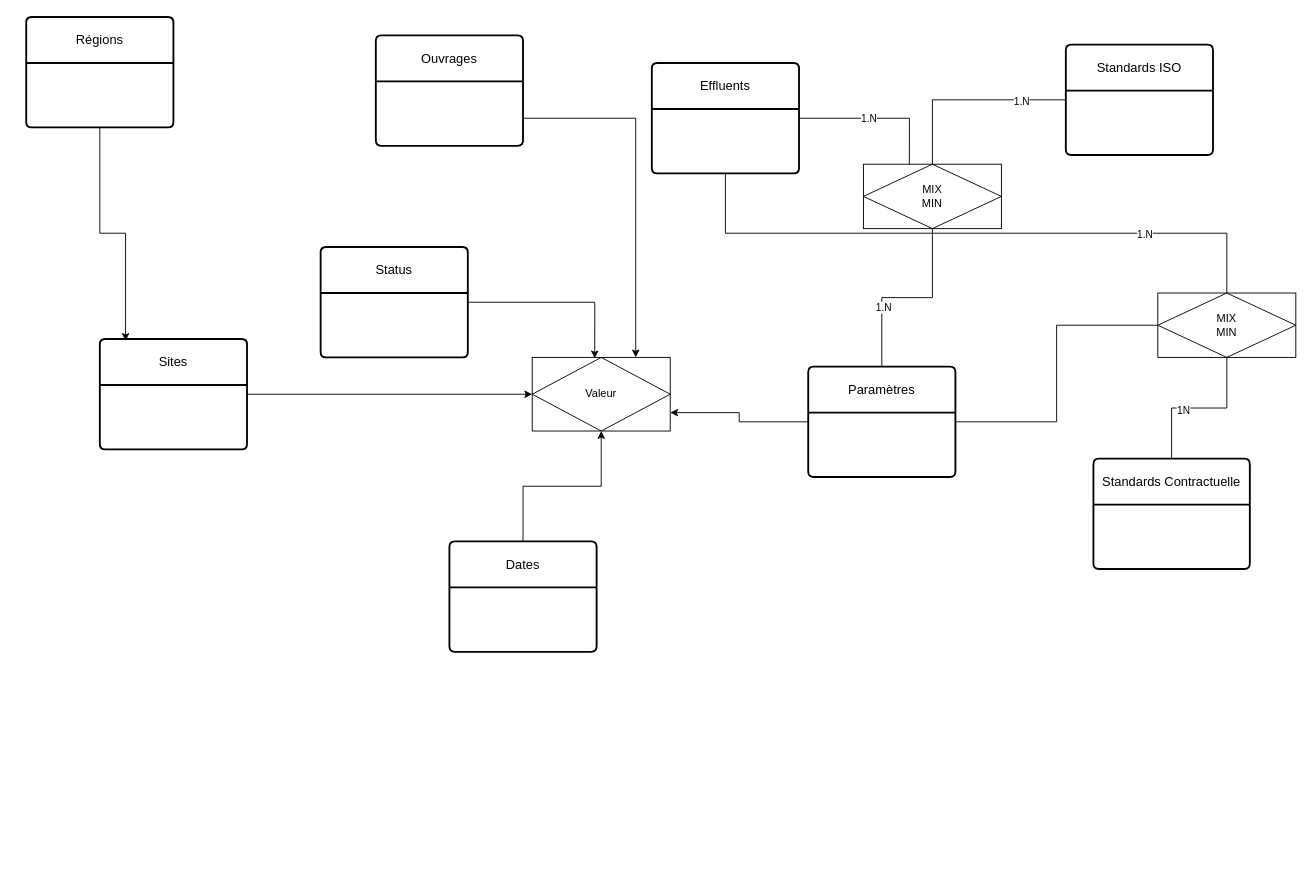
The draw.io diagram Diagramme sans nom.drawio in saddambelabed/Conception, before the edit. Source tidied: cells renumbered, new cells numbered last; positions are measured from the earlier drawing's top-left corner, leaving out a move shared by most shapes. Both pictures are drawn from the tidied source at 92%, with x=0, y=0 at pixel (26, 17).
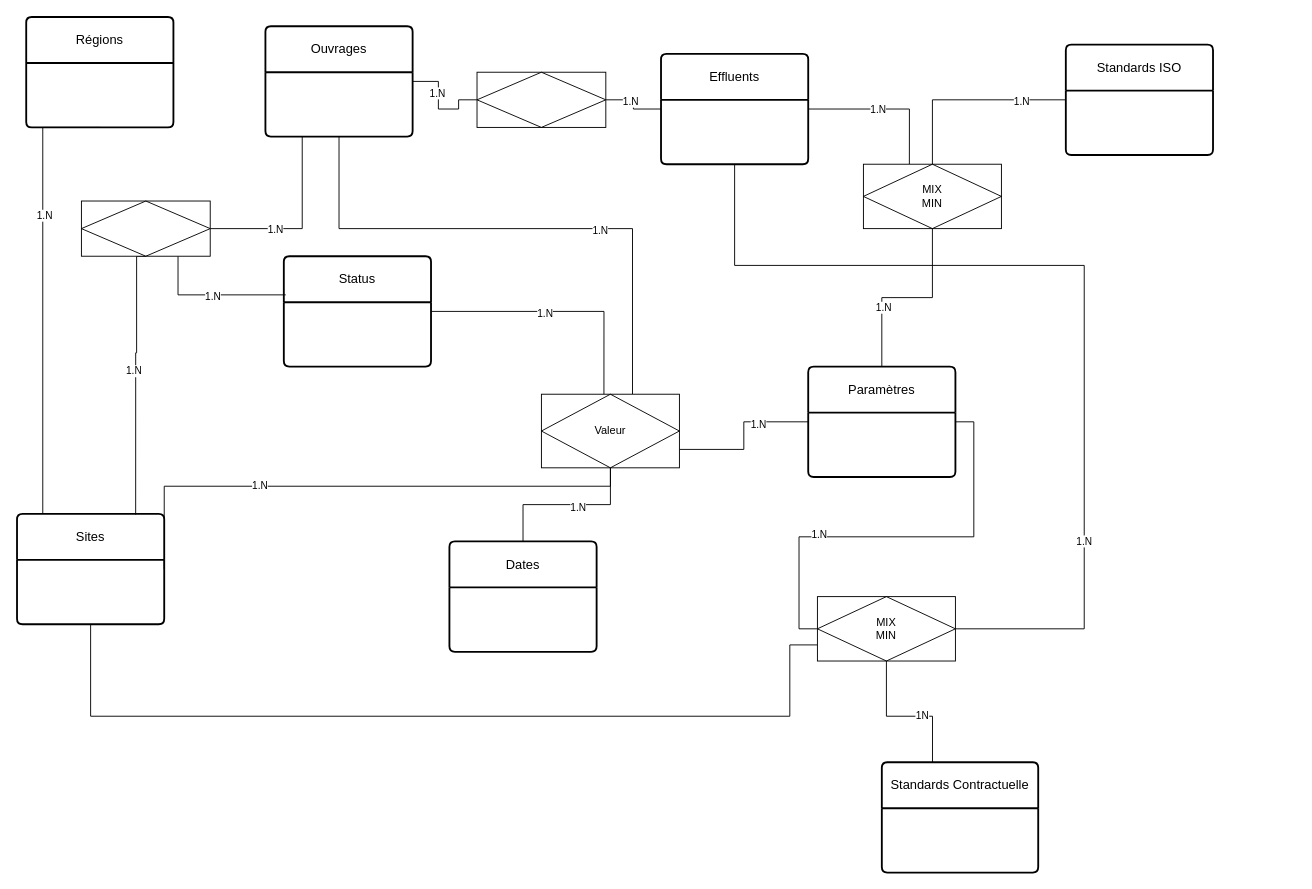
The same diagram, later.

Commit message:
Mettre à jour Diagramme sans nom.drawio

Unchanged cells that the change refers to:
```xml
<mxCell id="5" value="Régions" style="swimlane;horizontal=1;startSize=50;rounded=1;fontSize=14;fontStyle=0;strokeWidth=2;shadow=0;dashed=0;align=center;arcSize=4;whiteSpace=wrap;html=1;" parent="1" vertex="1">
  <mxGeometry width="160" height="120" as="geometry" />
</mxCell>
<mxCell id="14" value="Dates" style="swimlane;horizontal=1;startSize=50;rounded=1;fontSize=14;fontStyle=0;strokeWidth=2;shadow=0;dashed=0;align=center;arcSize=4;whiteSpace=wrap;html=1;" parent="1" vertex="1">
  <mxGeometry x="460" y="570" width="160" height="120" as="geometry" />
</mxCell>
<mxCell id="19" style="edgeStyle=orthogonalEdgeStyle;rounded=0;jettySize=auto;html=1;exitX=1;exitY=0.5;exitDx=0;exitDy=0;entryX=0;entryY=0.5;entryDx=0;entryDy=0;strokeColor=default;endArrow=none;endFill=0;" parent="1" edge="1" source="21" target="29">
  <mxGeometry relative="1" as="geometry" />
</mxCell>
<mxCell id="21" value="Paramètres" style="swimlane;horizontal=1;startSize=50;rounded=1;fontSize=14;fontStyle=0;strokeWidth=2;shadow=0;dashed=0;align=center;arcSize=4;whiteSpace=wrap;html=1;" parent="1" vertex="1">
  <mxGeometry x="850" y="380" width="160" height="120" as="geometry" />
</mxCell>
```

The edit, as a diff of the source:
```diff
@@
-    <mxCell id="2" style="edgeStyle=orthogonalEdgeStyle;rounded=0;jettySize=auto;html=1;exitX=1;exitY=0.75;exitDx=0;exitDy=0;entryX=0.75;entryY=0;entryDx=0;entryDy=0;" parent="1" edge="1" source="3" target="30">
-      <mxGeometry relative="1" as="geometry" />
+    <mxCell id="2" style="edgeStyle=orthogonalEdgeStyle;rounded=0;jettySize=auto;html=1;exitX=0.5;exitY=1;exitDx=0;exitDy=0;entryX=0.66;entryY=0;entryDx=0;entryDy=0;entryPerimeter=0;endArrow=none;endFill=0;" parent="1" edge="1" source="3" target="30">
+      <mxGeometry relative="1" as="geometry">
+        <Array as="points">
+          <mxPoint x="340" y="230" />
+          <mxPoint x="659" y="230" />
+        </Array>
+      </mxGeometry>
     </mxCell>
+    <mxCell id="31" value="1.N" style="edgeLabel;html=1;align=center;verticalAlign=middle;" parent="2" vertex="1">
+      <mxGeometry x="0.28" y="-1" relative="1" as="geometry" />
+    </mxCell>
+    <mxCell id="32" style="edgeStyle=orthogonalEdgeStyle;rounded=0;jettySize=auto;html=1;entryX=0;entryY=0.5;entryDx=0;entryDy=0;endArrow=none;endFill=0;" parent="1" edge="1" source="3" target="43">
+      <mxGeometry relative="1" as="geometry">
+        <Array as="points">
+          <mxPoint x="448" y="70" />
+          <mxPoint x="448" y="100" />
+          <mxPoint x="470" y="100" />
+        </Array>
+      </mxGeometry>
+    </mxCell>
+    <mxCell id="33" value="1.N" style="edgeLabel;html=1;align=center;verticalAlign=middle;" parent="32" vertex="1">
+      <mxGeometry x="-0.27" y="-2" relative="1" as="geometry" />
+    </mxCell>
     <mxCell id="3" value="Ouvrages" style="swimlane;horizontal=1;startSize=50;rounded=1;fontSize=14;fontStyle=0;strokeWidth=2;shadow=0;dashed=0;align=center;arcSize=4;whiteSpace=wrap;html=1;" parent="1" vertex="1">
-      <mxGeometry x="380" y="20" width="160" height="120" as="geometry" />
+      <mxGeometry x="260" y="10" width="160" height="120" as="geometry" />
     </mxCell>
-    <mxCell id="4" style="edgeStyle=orthogonalEdgeStyle;rounded=0;jettySize=auto;html=1;exitX=0.5;exitY=1;exitDx=0;exitDy=0;entryX=0.175;entryY=0.017;entryDx=0;entryDy=0;entryPerimeter=0;" parent="1" edge="1" source="5" target="16">
-      <mxGeometry relative="1" as="geometry" />
+    <mxCell id="4" style="edgeStyle=orthogonalEdgeStyle;rounded=0;jettySize=auto;html=1;exitX=0.5;exitY=1;exitDx=0;exitDy=0;entryX=0.175;entryY=0.017;entryDx=0;entryDy=0;entryPerimeter=0;endArrow=none;endFill=0;" parent="1" edge="1" source="5" target="16">
+      <mxGeometry relative="1" as="geometry">
+        <Array as="points">
+          <mxPoint x="18" y="120" />
+        </Array>
+      </mxGeometry>
     </mxCell>
+    <mxCell id="34" value="1.N" style="edgeLabel;html=1;align=center;verticalAlign=middle;" parent="4" vertex="1">
+      <mxGeometry x="-0.35" y="1" relative="1" as="geometry" />
+    </mxCell>
@@
     <mxCell id="8" style="edgeStyle=orthogonalEdgeStyle;rounded=0;jettySize=auto;html=1;exitX=0.5;exitY=1;exitDx=0;exitDy=0;strokeColor=default;endArrow=none;endFill=0;" parent="1" edge="1" source="10" target="29">
-      <mxGeometry relative="1" as="geometry" />
+      <mxGeometry relative="1" as="geometry">
+        <Array as="points">
+          <mxPoint x="770" y="270" />
+          <mxPoint x="1150" y="270" />
+          <mxPoint x="1150" y="665" />
+        </Array>
+      </mxGeometry>
     </mxCell>
@@
+    <mxCell id="35" style="edgeStyle=orthogonalEdgeStyle;rounded=0;jettySize=auto;html=1;entryX=1;entryY=0.5;entryDx=0;entryDy=0;endArrow=none;endFill=0;" parent="1" edge="1" source="10" target="43">
+      <mxGeometry relative="1" as="geometry" />
+    </mxCell>
+    <mxCell id="36" value="1.N" style="edgeLabel;html=1;align=center;verticalAlign=middle;" parent="35" vertex="1">
+      <mxGeometry x="0.25" y="1" relative="1" as="geometry" />
+    </mxCell>
     <mxCell id="10" value="Effluents" style="swimlane;horizontal=1;startSize=50;rounded=1;fontSize=14;fontStyle=0;strokeWidth=2;shadow=0;dashed=0;align=center;arcSize=4;whiteSpace=wrap;html=1;" parent="1" vertex="1">
-      <mxGeometry x="680" y="50" width="160" height="120" as="geometry" />
+      <mxGeometry x="690" y="40" width="160" height="120" as="geometry" />
     </mxCell>
-    <mxCell id="11" style="edgeStyle=orthogonalEdgeStyle;rounded=0;jettySize=auto;html=1;exitX=1;exitY=0.5;exitDx=0;exitDy=0;entryX=0.453;entryY=0.013;entryDx=0;entryDy=0;entryPerimeter=0;" parent="1" edge="1" source="12" target="30">
+    <mxCell id="11" style="edgeStyle=orthogonalEdgeStyle;rounded=0;jettySize=auto;html=1;exitX=1;exitY=0.5;exitDx=0;exitDy=0;entryX=0.453;entryY=0.013;entryDx=0;entryDy=0;entryPerimeter=0;endArrow=none;endFill=0;" parent="1" edge="1" source="12" target="30">
       <mxGeometry relative="1" as="geometry" />
     </mxCell>
+    <mxCell id="37" value="1.N" style="edgeLabel;html=1;align=center;verticalAlign=middle;" parent="11" vertex="1">
+      <mxGeometry x="-0.12" y="-2" relative="1" as="geometry" />
+    </mxCell>
     <mxCell id="12" value="Status" style="swimlane;horizontal=1;startSize=50;rounded=1;fontSize=14;fontStyle=0;strokeWidth=2;shadow=0;dashed=0;align=center;arcSize=4;whiteSpace=wrap;html=1;" parent="1" vertex="1">
-      <mxGeometry x="320" y="250" width="160" height="120" as="geometry" />
+      <mxGeometry x="280" y="260" width="160" height="120" as="geometry" />
     </mxCell>
-    <mxCell id="13" style="edgeStyle=orthogonalEdgeStyle;rounded=0;jettySize=auto;html=1;exitX=0.5;exitY=0;exitDx=0;exitDy=0;entryX=0.5;entryY=1;entryDx=0;entryDy=0;" parent="1" edge="1" source="14" target="30">
+    <mxCell id="13" style="edgeStyle=orthogonalEdgeStyle;rounded=0;jettySize=auto;html=1;exitX=0.5;exitY=0;exitDx=0;exitDy=0;entryX=0.5;entryY=1;entryDx=0;entryDy=0;endArrow=none;endFill=0;" parent="1" edge="1" source="14" target="30">
       <mxGeometry relative="1" as="geometry" />
     </mxCell>
+    <mxCell id="38" value="1.N" style="edgeLabel;html=1;align=center;verticalAlign=middle;" parent="13" vertex="1">
+      <mxGeometry x="0.13" y="-2" relative="1" as="geometry" />
+    </mxCell>
@@
-    <mxCell id="15" style="edgeStyle=orthogonalEdgeStyle;rounded=0;jettySize=auto;html=1;exitX=1;exitY=0.5;exitDx=0;exitDy=0;" parent="1" edge="1" source="16" target="30">
-      <mxGeometry relative="1" as="geometry" />
+    <mxCell id="15" style="edgeStyle=orthogonalEdgeStyle;rounded=0;jettySize=auto;html=1;exitX=1;exitY=0.5;exitDx=0;exitDy=0;endArrow=none;endFill=0;" parent="1" edge="1" source="16" target="30">
+      <mxGeometry relative="1" as="geometry">
+        <Array as="points">
+          <mxPoint x="150" y="510" />
+          <mxPoint x="635" y="510" />
+        </Array>
+      </mxGeometry>
     </mxCell>
+    <mxCell id="39" value="1.N" style="edgeLabel;html=1;align=center;verticalAlign=middle;" parent="15" vertex="1">
+      <mxGeometry x="-0.35" y="2" relative="1" as="geometry" />
+    </mxCell>
+    <mxCell id="40" style="edgeStyle=orthogonalEdgeStyle;rounded=0;jettySize=auto;html=1;exitX=0.5;exitY=1;exitDx=0;exitDy=0;entryX=0;entryY=0.75;entryDx=0;entryDy=0;startArrow=none;startFill=0;endArrow=none;endFill=0;" parent="1" edge="1" source="16" target="29">
+      <mxGeometry relative="1" as="geometry">
+        <Array as="points">
+          <mxPoint x="70" y="760" />
+          <mxPoint x="830" y="760" />
+          <mxPoint x="830" y="683" />
+        </Array>
+      </mxGeometry>
+    </mxCell>
     <mxCell id="16" value="Sites" style="swimlane;horizontal=1;startSize=50;rounded=1;fontSize=14;fontStyle=0;strokeWidth=2;shadow=0;dashed=0;align=center;arcSize=4;whiteSpace=wrap;html=1;" parent="1" vertex="1">
-      <mxGeometry x="80" y="350" width="160" height="120" as="geometry" />
+      <mxGeometry x="-10" y="540" width="160" height="120" as="geometry" />
     </mxCell>
@@
+    <mxCell id="41" value="1.N" style="edgeLabel;html=1;align=center;verticalAlign=middle;" parent="19" vertex="1">
+      <mxGeometry x="0.38" y="-3" relative="1" as="geometry" />
+    </mxCell>
-    <mxCell id="20" style="edgeStyle=orthogonalEdgeStyle;rounded=0;jettySize=auto;html=1;exitX=0;exitY=0.5;exitDx=0;exitDy=0;entryX=1;entryY=0.75;entryDx=0;entryDy=0;" parent="1" edge="1" source="21" target="30">
+    <mxCell id="20" style="edgeStyle=orthogonalEdgeStyle;rounded=0;jettySize=auto;html=1;exitX=0;exitY=0.5;exitDx=0;exitDy=0;entryX=1;entryY=0.75;entryDx=0;entryDy=0;endArrow=none;endFill=0;" parent="1" edge="1" source="21" target="30">
       <mxGeometry relative="1" as="geometry" />
     </mxCell>
+    <mxCell id="42" value="1.N" style="edgeLabel;html=1;align=center;verticalAlign=middle;" parent="20" vertex="1">
+      <mxGeometry x="-0.35" y="2" relative="1" as="geometry" />
+    </mxCell>
@@
-    <mxCell id="25" style="edgeStyle=orthogonalEdgeStyle;rounded=0;jettySize=auto;html=1;exitX=0.5;exitY=0;exitDx=0;exitDy=0;entryX=0.5;entryY=1;entryDx=0;entryDy=0;strokeColor=default;endArrow=none;endFill=0;" parent="1" edge="1" source="27" target="29">
-      <mxGeometry relative="1" as="geometry" />
+    <mxCell id="25" style="edgeStyle=orthogonalEdgeStyle;rounded=0;jettySize=auto;html=1;exitX=0.324;exitY=0.017;exitDx=0;exitDy=0;entryX=0.5;entryY=1;entryDx=0;entryDy=0;strokeColor=default;endArrow=none;endFill=0;exitPerimeter=0;" parent="1" edge="1" source="27" target="29">
+      <mxGeometry relative="1" as="geometry">
+        <Array as="points">
+          <mxPoint x="985" y="760" />
+          <mxPoint x="935" y="760" />
+        </Array>
+      </mxGeometry>
     </mxCell>
@@
     <mxCell id="27" value="Standards Contractuelle" style="swimlane;horizontal=1;startSize=50;rounded=1;fontSize=14;fontStyle=0;strokeWidth=2;shadow=0;dashed=0;align=center;arcSize=4;whiteSpace=wrap;html=1;" parent="1" vertex="1">
-      <mxGeometry x="1160" y="480" width="170" height="120" as="geometry" />
+      <mxGeometry x="930" y="810" width="170" height="120" as="geometry" />
     </mxCell>
@@
     <mxCell id="29" value="MIX&lt;br style=&quot;border-color: var(--border-color);&quot;&gt;MIN" style="shape=associativeEntity;whiteSpace=wrap;html=1;align=center;" parent="1" vertex="1">
-      <mxGeometry x="1230" y="300" width="150" height="70" as="geometry" />
+      <mxGeometry x="860" y="630" width="150" height="70" as="geometry" />
     </mxCell>
     <mxCell id="30" value="Valeur" style="shape=associativeEntity;whiteSpace=wrap;html=1;align=center;" parent="1" vertex="1">
-      <mxGeometry x="550" y="370" width="150" height="80" as="geometry" />
+      <mxGeometry x="560" y="410" width="150" height="80" as="geometry" />
     </mxCell>
+    <mxCell id="43" style="shape=associativeEntity;whiteSpace=wrap;html=1;align=center;" parent="1" vertex="1">
+      <mxGeometry x="490" y="60" width="140" height="60" as="geometry" />
+    </mxCell>
+    <mxCell id="44" style="edgeStyle=orthogonalEdgeStyle;rounded=0;jettySize=auto;html=1;exitX=0.5;exitY=1;exitDx=0;exitDy=0;entryX=0.806;entryY=0.008;entryDx=0;entryDy=0;entryPerimeter=0;endArrow=none;endFill=0;" parent="1" edge="1" source="50" target="16">
+      <mxGeometry relative="1" as="geometry">
+        <Array as="points">
+          <mxPoint x="120" y="260" />
+          <mxPoint x="120" y="365" />
+          <mxPoint x="119" y="365" />
+        </Array>
+      </mxGeometry>
+    </mxCell>
+    <mxCell id="45" value="1.N" style="edgeLabel;html=1;align=center;verticalAlign=middle;" parent="44" vertex="1">
+      <mxGeometry x="-0.07" y="-2" relative="1" as="geometry" />
+    </mxCell>
+    <mxCell id="46" style="edgeStyle=orthogonalEdgeStyle;rounded=0;jettySize=auto;html=1;exitX=0.75;exitY=1;exitDx=0;exitDy=0;entryX=0.013;entryY=0.35;entryDx=0;entryDy=0;entryPerimeter=0;endArrow=none;endFill=0;" parent="1" edge="1" source="50" target="12">
+      <mxGeometry relative="1" as="geometry" />
+    </mxCell>
+    <mxCell id="47" value="1.N" style="edgeLabel;html=1;align=center;verticalAlign=middle;" parent="46" vertex="1">
+      <mxGeometry x="-0.01" y="-1" relative="1" as="geometry" />
+    </mxCell>
+    <mxCell id="48" style="edgeStyle=orthogonalEdgeStyle;rounded=0;jettySize=auto;html=1;entryX=0.25;entryY=1;entryDx=0;entryDy=0;endArrow=none;endFill=0;" parent="1" edge="1" source="50" target="3">
+      <mxGeometry relative="1" as="geometry" />
+    </mxCell>
+    <mxCell id="49" value="1.N" style="edgeLabel;html=1;align=center;verticalAlign=middle;" parent="48" vertex="1">
+      <mxGeometry x="-0.3" relative="1" as="geometry" />
+    </mxCell>
+    <mxCell id="50" style="shape=associativeEntity;whiteSpace=wrap;html=1;align=center;" parent="1" vertex="1">
+      <mxGeometry x="60" y="200" width="140" height="60" as="geometry" />
+    </mxCell>
```
